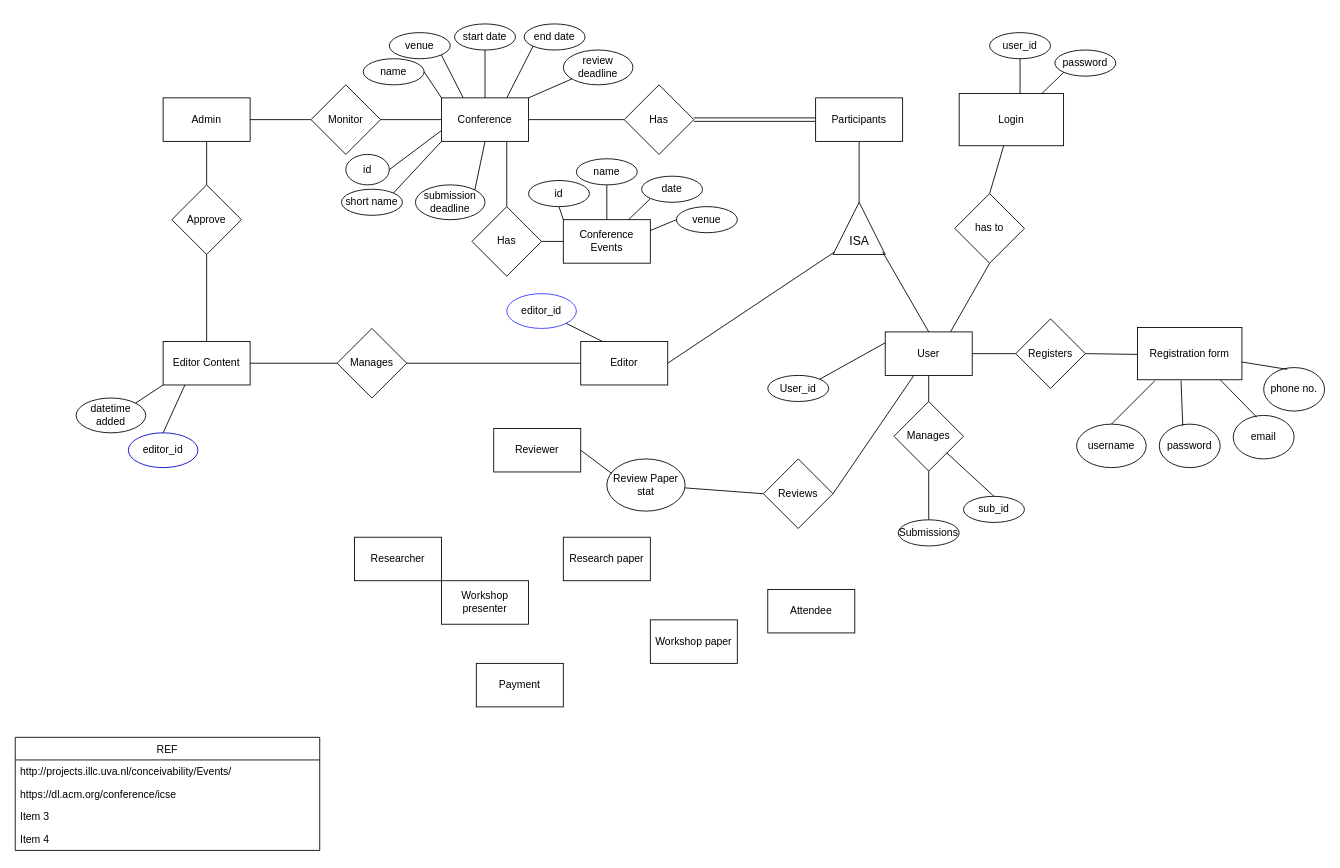
Above: page "ER" (1 of 2) of diagrams/ER.drawio in matthew-sliit/conferencemgtool (draw.io), before the change. Source tidied: cells renumbered, new cells numbered last; positions are measured from the earlier drawing's top-left corner, leaving out a move shared by most shapes. Both pictures are drawn from the tidied source at 87%, with x=0, y=0 at pixel (15, 23).
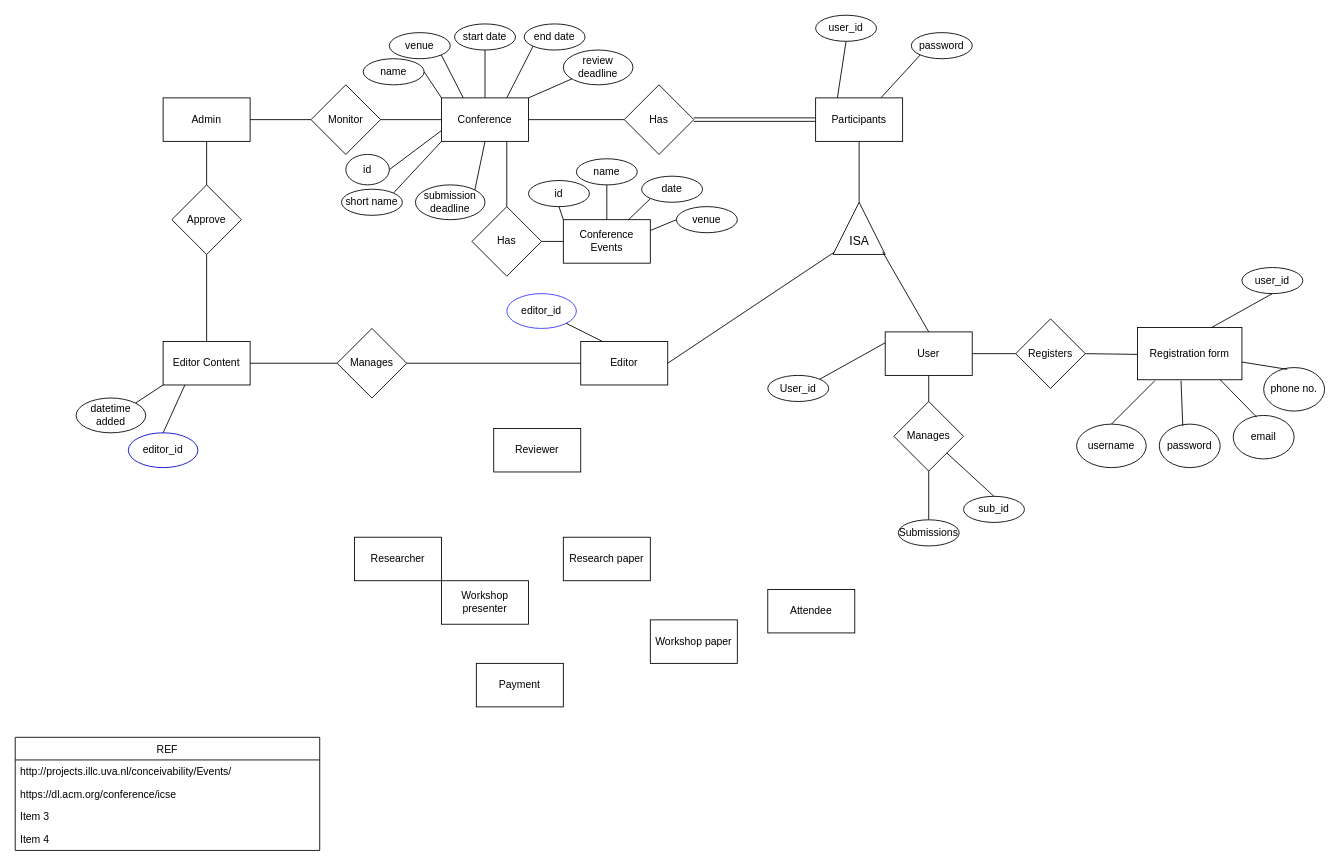
Above is the later version.

Unchanged cells that the change refers to:
```xml
<mxCell id="2" value="Participants" style="rounded=0;whiteSpace=wrap;html=1;" parent="1" vertex="1">
  <mxGeometry x="920" y="85" width="100" height="50" as="geometry" />
</mxCell>
<mxCell id="5" value="Reviewer" style="rounded=0;whiteSpace=wrap;html=1;" parent="1" vertex="1">
  <mxGeometry x="550" y="465" width="100" height="50" as="geometry" />
</mxCell>
<mxCell id="69" value="User" style="rounded=0;whiteSpace=wrap;html=1;" parent="1" vertex="1">
  <mxGeometry x="1000" y="354" width="100" height="50" as="geometry" />
</mxCell>
```

Change to the diagram source:
```diff
@@
-    <mxCell id="77" value="Review Paper stat" style="ellipse;whiteSpace=wrap;html=1;" parent="1" vertex="1">
-      <mxGeometry x="680" y="500" width="90" height="60" as="geometry" />
-    </mxCell>
-    <mxCell id="78" style="endArrow=none;html=1;exitX=1;exitY=0.5;exitDx=0;exitDy=0;entryX=0.067;entryY=0.283;entryDx=0;entryDy=0;entryPerimeter=0;" parent="1" edge="1" source="5" target="77">
-      <mxGeometry relative="1" as="geometry" />
-    </mxCell>
-    <mxCell id="79" value="Reviews" style="rhombus;whiteSpace=wrap;html=1;rotation=0;" parent="1" vertex="1">
-      <mxGeometry x="860" y="500" width="80" height="80" as="geometry" />
-    </mxCell>
-    <mxCell id="80" style="endArrow=none;html=1;exitX=1;exitY=0.5;exitDx=0;exitDy=0;" parent="1" edge="1" source="79" target="69">
-      <mxGeometry relative="1" as="geometry" />
-    </mxCell>
-    <mxCell id="81" style="endArrow=none;html=1;entryX=0;entryY=0.5;entryDx=0;entryDy=0;" parent="1" edge="1" source="77" target="79">
-      <mxGeometry relative="1" as="geometry" />
-    </mxCell>
-    <mxCell id="82" value="Login" style="rounded=0;whiteSpace=wrap;html=1;" parent="1" vertex="1">
-      <mxGeometry x="1085" y="80" width="120" height="60" as="geometry" />
-    </mxCell>
     <mxCell id="83" value="user_id" style="ellipse;whiteSpace=wrap;html=1;" parent="1" vertex="1">
-      <mxGeometry x="1120" y="10" width="70" height="30" as="geometry" />
+      <mxGeometry x="920" y="-10" width="70" height="30" as="geometry" />
     </mxCell>
-    <mxCell id="84" style="endArrow=none;html=1;exitX=0.5;exitY=0;exitDx=0;exitDy=0;entryX=0.5;entryY=1;entryDx=0;entryDy=0;" parent="1" edge="1" target="83">
-      <mxGeometry relative="1" as="geometry">
-        <mxPoint x="1155" y="80" as="sourcePoint" />
-      </mxGeometry>
+    <mxCell id="84" style="endArrow=none;html=1;exitX=0.25;exitY=0;exitDx=0;exitDy=0;entryX=0.5;entryY=1;entryDx=0;entryDy=0;" parent="1" edge="1" source="2" target="83">
+      <mxGeometry relative="1" as="geometry" />
     </mxCell>
     <mxCell id="85" value="password" style="ellipse;whiteSpace=wrap;html=1;" parent="1" vertex="1">
-      <mxGeometry x="1195" y="30" width="70" height="30" as="geometry" />
+      <mxGeometry x="1030" y="10" width="70" height="30" as="geometry" />
     </mxCell>
-    <mxCell id="86" style="endArrow=none;html=1;entryX=0;entryY=1;entryDx=0;entryDy=0;exitX=0.75;exitY=0;exitDx=0;exitDy=0;" parent="1" edge="1" target="85">
-      <mxGeometry relative="1" as="geometry">
-        <mxPoint x="1180" y="80" as="sourcePoint" />
-      </mxGeometry>
+    <mxCell id="86" style="endArrow=none;html=1;entryX=0;entryY=1;entryDx=0;entryDy=0;exitX=0.75;exitY=0;exitDx=0;exitDy=0;" parent="1" edge="1" source="2" target="85">
+      <mxGeometry relative="1" as="geometry" />
     </mxCell>
-    <mxCell id="87" value="has to" style="rhombus;whiteSpace=wrap;html=1;" parent="1" vertex="1">
-      <mxGeometry x="1080" y="195" width="80" height="80" as="geometry" />
-    </mxCell>
-    <mxCell id="88" style="endArrow=none;html=1;entryX=0.5;entryY=1;entryDx=0;entryDy=0;exitX=0.75;exitY=0;exitDx=0;exitDy=0;" parent="1" edge="1" source="69" target="87">
-      <mxGeometry relative="1" as="geometry" />
-    </mxCell>
-    <mxCell id="89" style="endArrow=none;html=1;exitX=0.5;exitY=0;exitDx=0;exitDy=0;" parent="1" edge="1" source="87" target="82">
-      <mxGeometry relative="1" as="geometry" />
-    </mxCell>
@@
+    <mxCell id="104" value="user_id" style="ellipse;whiteSpace=wrap;html=1;" parent="1" vertex="1">
+      <mxGeometry x="1410" y="280" width="70" height="30" as="geometry" />
+    </mxCell>
+    <mxCell id="105" style="endArrow=none;html=1;exitX=0.25;exitY=0;exitDx=0;exitDy=0;entryX=0.5;entryY=1;entryDx=0;entryDy=0;" parent="1" edge="1" target="104">
+      <mxGeometry relative="1" as="geometry">
+        <mxPoint x="1375" y="349" as="sourcePoint" />
+      </mxGeometry>
+    </mxCell>
```
